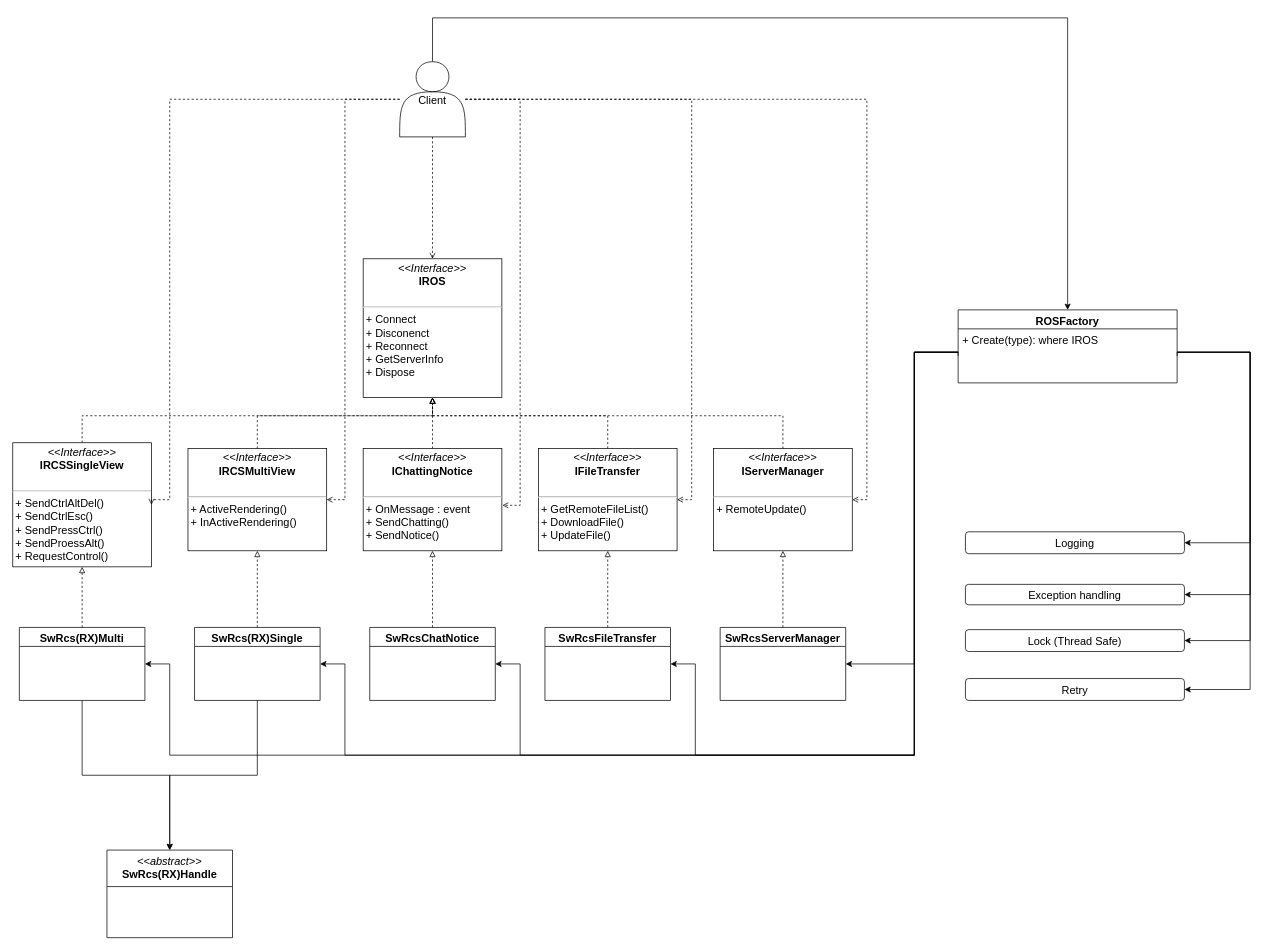
This is UML/mirero/C++/CLI/ROS_Interface.drawio from rhkdguskim/Study, a draw.io file, before an edit. Source tidied: cells renumbered, new cells numbered last; positions are measured from the earlier drawing's top-left corner, leaving out a move shared by most shapes. Both pictures are drawn from the tidied source at 73%, with x=0, y=0 at pixel (12, 18).
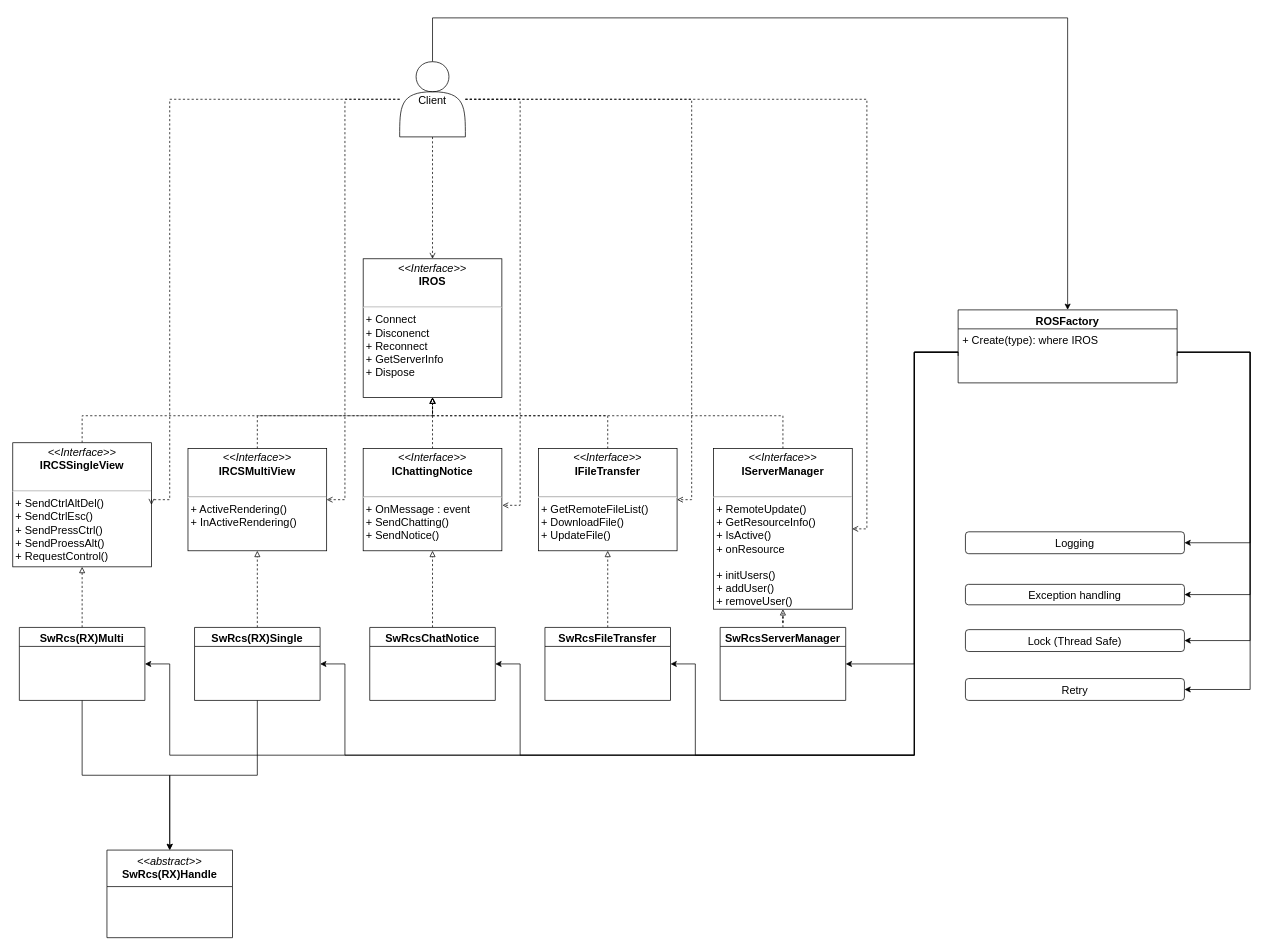
Above is the later version.

What changed in the source:
```diff
@@
-    <mxCell id="12" value="&lt;p style=&quot;margin: 4px 0px 0px; text-align: center; font-size: 15px;&quot;&gt;&lt;i style=&quot;font-size: 15px;&quot;&gt;&amp;lt;&amp;lt;Interface&amp;gt;&amp;gt;&lt;/i&gt;&lt;br style=&quot;font-size: 15px;&quot;&gt;&lt;b style=&quot;font-size: 15px;&quot;&gt;IServerManager&lt;/b&gt;&lt;/p&gt;&lt;p style=&quot;margin: 0px 0px 0px 4px; font-size: 15px;&quot;&gt;&lt;br style=&quot;font-size: 15px;&quot;&gt;&lt;/p&gt;&lt;hr style=&quot;font-size: 15px;&quot;&gt;&lt;p style=&quot;margin: 0px 0px 0px 4px; font-size: 15px;&quot;&gt;+ RemoteUpdate()&lt;/p&gt;" style="verticalAlign=top;align=left;overflow=fill;fontSize=15;fontFamily=Helvetica;html=1;rounded=0;shadow=0;comic=0;labelBackgroundColor=none;strokeWidth=1;" parent="1" vertex="1">
-      <mxGeometry x="960" y="590" width="190" height="140" as="geometry" />
+    <mxCell id="12" value="&lt;p style=&quot;margin: 4px 0px 0px; text-align: center; font-size: 15px;&quot;&gt;&lt;i style=&quot;font-size: 15px;&quot;&gt;&amp;lt;&amp;lt;Interface&amp;gt;&amp;gt;&lt;/i&gt;&lt;br style=&quot;font-size: 15px;&quot;&gt;&lt;b style=&quot;font-size: 15px;&quot;&gt;IServerManager&lt;/b&gt;&lt;/p&gt;&lt;p style=&quot;margin: 0px 0px 0px 4px; font-size: 15px;&quot;&gt;&lt;br style=&quot;font-size: 15px;&quot;&gt;&lt;/p&gt;&lt;hr style=&quot;font-size: 15px;&quot;&gt;&lt;p style=&quot;margin: 0px 0px 0px 4px; font-size: 15px;&quot;&gt;+ RemoteUpdate()&lt;/p&gt;&lt;p style=&quot;margin: 0px 0px 0px 4px; font-size: 15px;&quot;&gt;+ GetResourceInfo()&lt;/p&gt;&lt;p style=&quot;margin: 0px 0px 0px 4px; font-size: 15px;&quot;&gt;+ IsActive()&lt;/p&gt;&lt;p style=&quot;margin: 0px 0px 0px 4px; font-size: 15px;&quot;&gt;+ onResource&lt;/p&gt;&lt;p style=&quot;margin: 0px 0px 0px 4px; font-size: 15px;&quot;&gt;&lt;br&gt;&lt;/p&gt;&lt;p style=&quot;margin: 0px 0px 0px 4px; font-size: 15px;&quot;&gt;+ initUsers()&lt;/p&gt;&lt;p style=&quot;margin: 0px 0px 0px 4px; font-size: 15px;&quot;&gt;+ addUser()&lt;/p&gt;&lt;p style=&quot;margin: 0px 0px 0px 4px; font-size: 15px;&quot;&gt;+ removeUser()&lt;/p&gt;&lt;p style=&quot;margin: 0px 0px 0px 4px; font-size: 15px;&quot;&gt;&lt;br&gt;&lt;/p&gt;" style="verticalAlign=top;align=left;overflow=fill;fontSize=15;fontFamily=Helvetica;html=1;rounded=0;shadow=0;comic=0;labelBackgroundColor=none;strokeWidth=1;" parent="1" vertex="1">
+      <mxGeometry x="960" y="590" width="190" height="220" as="geometry" />
     </mxCell>
```
